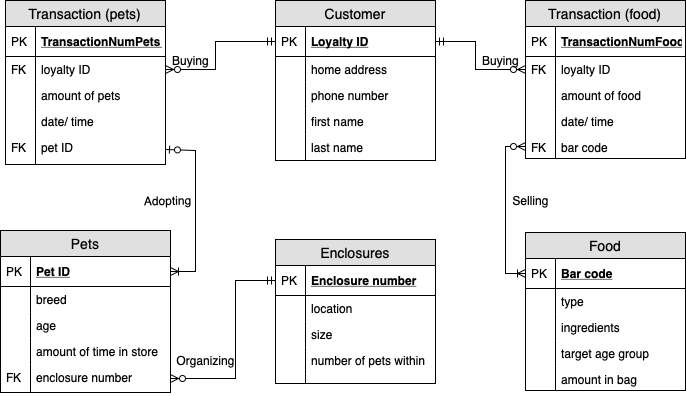
Earlier version of the draw.io export PetShop.png (hek5118/IST-210). Source tidied: cells renumbered, new cells last; positions are measured from the earlier drawing's top-left corner, leaving out a move shared by most shapes.
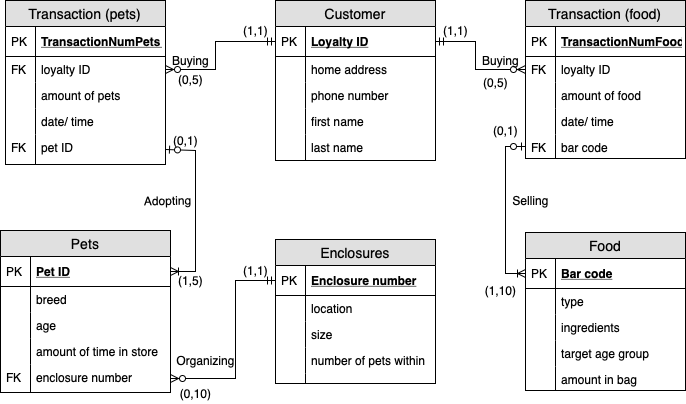
After the change.

Diff of the diagram source:
```diff
@@ -225,7 +225,7 @@
         </Array>
       </mxGeometry>
     </mxCell>
-    <mxCell id="71" style="endArrow=ERoneToMany;html=1;exitX=0;exitY=0.5;exitDx=0;exitDy=0;entryX=0;entryY=0.5;entryDx=0;entryDy=0;rounded=0;endFill=0;startArrow=ERzeroToMany;startFill=1;" parent="1" edge="1" source="68" target="25">
+    <mxCell id="71" style="endArrow=ERoneToMany;html=1;exitX=0;exitY=0.5;exitDx=0;exitDy=0;entryX=0;entryY=0.5;entryDx=0;entryDy=0;rounded=0;endFill=0;startArrow=ERzeroToOne;startFill=1;" parent="1" edge="1" source="68" target="25">
       <mxGeometry relative="1" as="geometry">
         <Array as="points">
           <mxPoint x="505" y="146" />
@@ -256,5 +256,35 @@
     <mxCell id="77" value="Buying" style="text;html=1;align=center;verticalAlign=middle;" parent="1" vertex="1">
       <mxGeometry x="165" y="50" width="50" height="20" as="geometry" />
     </mxCell>
+    <mxCell id="78" value="(1,1)" style="text;html=1;align=center;verticalAlign=middle;" parent="1" vertex="1">
+      <mxGeometry x="235" y="20" width="40" height="20" as="geometry" />
+    </mxCell>
+    <mxCell id="79" value="(1,1)" style="text;html=1;align=center;verticalAlign=middle;" parent="1" vertex="1">
+      <mxGeometry x="435" y="20" width="40" height="20" as="geometry" />
+    </mxCell>
+    <mxCell id="80" value="(0,5)" style="text;html=1;align=center;verticalAlign=middle;" parent="1" vertex="1">
+      <mxGeometry x="170" y="69" width="40" height="20" as="geometry" />
+    </mxCell>
+    <mxCell id="81" value="(0,5)" style="text;html=1;align=center;verticalAlign=middle;" parent="1" vertex="1">
+      <mxGeometry x="475" y="72" width="40" height="20" as="geometry" />
+    </mxCell>
+    <mxCell id="82" value="(0,1)" style="text;html=1;align=center;verticalAlign=middle;" parent="1" vertex="1">
+      <mxGeometry x="165" y="130" width="40" height="20" as="geometry" />
+    </mxCell>
+    <mxCell id="83" value="(1,5)" style="text;html=1;align=center;verticalAlign=middle;" parent="1" vertex="1">
+      <mxGeometry x="170" y="270" width="40" height="20" as="geometry" />
+    </mxCell>
+    <mxCell id="84" value="(0,1)" style="text;html=1;align=center;verticalAlign=middle;" parent="1" vertex="1">
+      <mxGeometry x="485" y="120" width="40" height="20" as="geometry" />
+    </mxCell>
+    <mxCell id="85" value="(1,10)" style="text;html=1;align=center;verticalAlign=middle;" parent="1" vertex="1">
+      <mxGeometry x="475" y="280" width="50" height="20" as="geometry" />
+    </mxCell>
+    <mxCell id="86" value="(0,10)" style="text;html=1;align=center;verticalAlign=middle;" parent="1" vertex="1">
+      <mxGeometry x="170" y="383" width="50" height="20" as="geometry" />
+    </mxCell>
+    <mxCell id="87" value="(1,1)" style="text;html=1;align=center;verticalAlign=middle;" parent="1" vertex="1">
+      <mxGeometry x="235" y="260" width="40" height="20" as="geometry" />
+    </mxCell>
   </root>
 </mxGraphModel>
```
